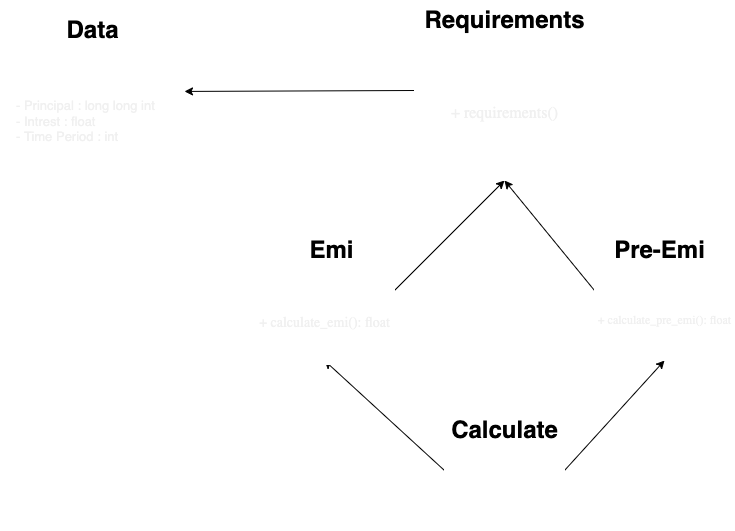
Earlier version of the draw.io export class_draw.png (Yashraghuvans/Home-Finder). Source tidied: cells renumbered, new cells last; positions are measured from the earlier drawing's top-left corner, leaving out a move shared by most shapes.
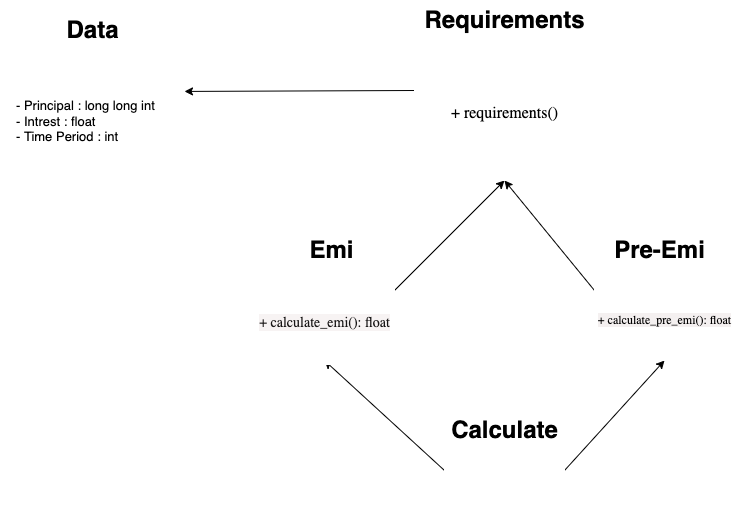
After the change.

The edit, as a diff of the source:
```diff
@@ -50,19 +50,19 @@
     <mxCell id="17" style="shape=ext;double=1;rounded=0;whiteSpace=wrap;html=1;strokeColor=#FFFFFF;fontSize=13;fontColor=#F0F0F0;" parent="1" vertex="1">
       <mxGeometry x="414" y="60" width="180" height="120" as="geometry" />
     </mxCell>
-    <mxCell id="18" value="&lt;span style=&quot;caret-color: rgb(0, 0, 0); font-family: -webkit-standard; font-size: medium; font-style: normal; font-variant-caps: normal; letter-spacing: normal; text-align: start; text-indent: 0px; text-transform: none; word-spacing: 0px; -webkit-text-stroke-width: 0px; text-decoration: none; float: none; display: inline !important;&quot;&gt;+ requirements()&lt;/span&gt;" style="text;strokeColor=none;fillColor=none;html=1;fontSize=24;fontStyle=0;verticalAlign=middle;align=center;fontColor=#F0F0F0;" parent="1" vertex="1">
+    <mxCell id="18" value="&lt;span style=&quot;caret-color: rgb(0, 0, 0); font-family: -webkit-standard; font-size: medium; font-style: normal; font-variant-caps: normal; letter-spacing: normal; text-align: start; text-indent: 0px; text-transform: none; word-spacing: 0px; -webkit-text-stroke-width: 0px; text-decoration: none; float: none; display: inline !important; background-color: rgb(255, 255, 255);&quot;&gt;&lt;font color=&quot;#000000&quot;&gt;+ requirements()&lt;/font&gt;&lt;/span&gt;" style="text;strokeColor=none;fillColor=none;html=1;fontSize=24;fontStyle=0;verticalAlign=middle;align=center;fontColor=#F0F0F0;" parent="1" vertex="1">
       <mxGeometry x="454" y="90" width="100" height="40" as="geometry" />
     </mxCell>
     <mxCell id="19" style="shape=ext;double=1;rounded=0;whiteSpace=wrap;html=1;strokeColor=#FFFFFF;fontSize=16;fontColor=#F0F0F0;" parent="1" vertex="1">
       <mxGeometry x="254" y="280" width="140" height="84" as="geometry" />
     </mxCell>
-    <mxCell id="20" value="&lt;span style=&quot;caret-color: rgb(0, 0, 0); font-family: -webkit-standard; font-size: 14px; font-style: normal; font-variant-caps: normal; letter-spacing: normal; text-align: start; text-indent: 0px; text-transform: none; word-spacing: 0px; -webkit-text-stroke-width: 0px; text-decoration: none; float: none; display: inline !important;&quot;&gt;+ calculate_emi(): float&lt;/span&gt;" style="text;strokeColor=none;fillColor=none;html=1;fontSize=14;fontStyle=0;verticalAlign=middle;align=center;fontColor=#F0F0F0;" parent="1" vertex="1">
+    <mxCell id="20" value="&lt;span style=&quot;caret-color: rgb(0, 0, 0); font-family: -webkit-standard; font-size: 14px; font-style: normal; font-variant-caps: normal; letter-spacing: normal; text-align: start; text-indent: 0px; text-transform: none; word-spacing: 0px; -webkit-text-stroke-width: 0px; text-decoration: none; float: none; display: inline !important; background-color: rgb(247, 243, 243);&quot;&gt;&lt;font color=&quot;#181616&quot;&gt;+ calculate_emi(): float&lt;/font&gt;&lt;/span&gt;" style="text;strokeColor=none;fillColor=none;html=1;fontSize=14;fontStyle=0;verticalAlign=middle;align=center;fontColor=#F0F0F0;" parent="1" vertex="1">
       <mxGeometry x="274" y="302" width="100" height="40" as="geometry" />
     </mxCell>
     <mxCell id="21" style="shape=ext;double=1;rounded=0;whiteSpace=wrap;html=1;strokeColor=#FFFFFF;fontSize=14;fontColor=#F0F0F0;" parent="1" vertex="1">
       <mxGeometry x="594" y="280" width="140" height="80" as="geometry" />
     </mxCell>
-    <mxCell id="22" value="&lt;span style=&quot;caret-color: rgb(0, 0, 0); font-family: -webkit-standard; font-size: 12px; font-style: normal; font-variant-caps: normal; letter-spacing: normal; text-align: start; text-indent: 0px; text-transform: none; word-spacing: 0px; -webkit-text-stroke-width: 0px; text-decoration: none; float: none; display: inline !important;&quot;&gt;+ calculate_pre_emi(): float&lt;/span&gt;" style="text;strokeColor=none;fillColor=none;html=1;fontSize=12;fontStyle=0;verticalAlign=middle;align=center;fontColor=#F0F0F0;" parent="1" vertex="1">
+    <mxCell id="22" value="&lt;span style=&quot;caret-color: rgb(0, 0, 0); font-family: -webkit-standard; font-size: 12px; font-style: normal; font-variant-caps: normal; letter-spacing: normal; text-align: start; text-indent: 0px; text-transform: none; word-spacing: 0px; -webkit-text-stroke-width: 0px; text-decoration: none; float: none; display: inline !important; background-color: rgb(244, 240, 240);&quot;&gt;&lt;font color=&quot;#000000&quot;&gt;+ calculate_pre_emi(): float&lt;/font&gt;&lt;/span&gt;" style="text;strokeColor=none;fillColor=none;html=1;fontSize=12;fontStyle=0;verticalAlign=middle;align=center;fontColor=#F0F0F0;" parent="1" vertex="1">
       <mxGeometry x="614" y="300" width="100" height="40" as="geometry" />
     </mxCell>
     <mxCell id="23" style="shape=ext;double=1;rounded=0;whiteSpace=wrap;html=1;strokeColor=#FFFFFF;fontSize=12;fontColor=#F0F0F0;" parent="1" vertex="1">
@@ -71,7 +71,7 @@
     <mxCell id="24" style="shape=ext;double=1;rounded=0;whiteSpace=wrap;html=1;strokeColor=#FFFFFF;fontSize=12;fontColor=#F0F0F0;" parent="1" vertex="1">
       <mxGeometry x="0.2" y="50" width="183.8" height="137.5" as="geometry" />
     </mxCell>
-    <mxCell id="25" value="&lt;meta charset=&quot;utf-8&quot;&gt;&lt;span style=&quot;border-color: rgb(0, 0, 0); color: rgb(240, 240, 240); font-family: Helvetica; font-style: normal; font-variant-ligatures: normal; font-variant-caps: normal; font-weight: 400; letter-spacing: normal; orphans: 2; text-align: left; text-indent: 0px; text-transform: none; widows: 2; word-spacing: 0px; -webkit-text-stroke-width: 0px; background-color: initial; text-decoration-thickness: initial; text-decoration-style: initial; text-decoration-color: initial; font-size: 13px;&quot;&gt;&lt;span style=&quot;border-color: rgb(0, 0, 0);&quot;&gt;&#9;&lt;/span&gt;- Principal&amp;nbsp;: long long int&lt;br style=&quot;border-color: rgb(0, 0, 0);&quot;&gt;&lt;span style=&quot;border-color: rgb(0, 0, 0);&quot;&gt;&#9;&lt;/span&gt;- Intrest : float&lt;/span&gt;&lt;br style=&quot;border-color: rgb(0, 0, 0); color: rgb(240, 240, 240); font-family: Helvetica; font-size: 12px; font-style: normal; font-variant-ligatures: normal; font-variant-caps: normal; font-weight: 400; letter-spacing: normal; orphans: 2; text-align: left; text-indent: 0px; text-transform: none; widows: 2; word-spacing: 0px; -webkit-text-stroke-width: 0px; background-color: rgb(42, 37, 47); text-decoration-thickness: initial; text-decoration-style: initial; text-decoration-color: initial;&quot;&gt;&lt;span style=&quot;border-color: rgb(0, 0, 0); color: rgb(240, 240, 240); font-family: Helvetica; font-style: normal; font-variant-ligatures: normal; font-variant-caps: normal; font-weight: 400; letter-spacing: normal; orphans: 2; text-align: left; text-indent: 0px; text-transform: none; widows: 2; word-spacing: 0px; -webkit-text-stroke-width: 0px; background-color: initial; text-decoration-thickness: initial; text-decoration-style: initial; text-decoration-color: initial; font-size: 13px;&quot;&gt;&lt;span style=&quot;border-color: rgb(0, 0, 0);&quot;&gt;&#9;&lt;/span&gt;-&amp;nbsp;Time Period : int&lt;/span&gt;" style="text;strokeColor=none;fillColor=none;html=1;whiteSpace=wrap;verticalAlign=middle;overflow=hidden;fontSize=12;fontColor=#F0F0F0;" parent="1" vertex="1">
+    <mxCell id="25" value="&lt;font style=&quot;background-color: rgb(255, 255, 255);&quot; color=&quot;#000000&quot;&gt;&lt;span style=&quot;border-color: rgb(0, 0, 0); font-family: Helvetica; font-style: normal; font-variant-ligatures: normal; font-variant-caps: normal; font-weight: 400; letter-spacing: normal; orphans: 2; text-align: left; text-indent: 0px; text-transform: none; widows: 2; word-spacing: 0px; -webkit-text-stroke-width: 0px; text-decoration-thickness: initial; text-decoration-style: initial; text-decoration-color: initial; font-size: 13px;&quot;&gt;&lt;span style=&quot;border-color: rgb(0, 0, 0);&quot;&gt;&#9;&lt;/span&gt;- Principal&amp;nbsp;: long long int&lt;br style=&quot;border-color: rgb(0, 0, 0);&quot;&gt;&lt;span style=&quot;border-color: rgb(0, 0, 0);&quot;&gt;&#9;&lt;/span&gt;- Intrest : float&lt;/span&gt;&lt;br style=&quot;border-color: rgb(0, 0, 0); font-family: Helvetica; font-size: 12px; font-style: normal; font-variant-ligatures: normal; font-variant-caps: normal; font-weight: 400; letter-spacing: normal; orphans: 2; text-align: left; text-indent: 0px; text-transform: none; widows: 2; word-spacing: 0px; -webkit-text-stroke-width: 0px; text-decoration-thickness: initial; text-decoration-style: initial; text-decoration-color: initial;&quot;&gt;&lt;span style=&quot;border-color: rgb(0, 0, 0); font-family: Helvetica; font-style: normal; font-variant-ligatures: normal; font-variant-caps: normal; font-weight: 400; letter-spacing: normal; orphans: 2; text-align: left; text-indent: 0px; text-transform: none; widows: 2; word-spacing: 0px; -webkit-text-stroke-width: 0px; text-decoration-thickness: initial; text-decoration-style: initial; text-decoration-color: initial; font-size: 13px;&quot;&gt;&lt;span style=&quot;border-color: rgb(0, 0, 0);&quot;&gt;&#9;&lt;/span&gt;-&amp;nbsp;Time Period : int&lt;/span&gt;&lt;/font&gt;" style="text;strokeColor=none;fillColor=none;html=1;whiteSpace=wrap;verticalAlign=middle;overflow=hidden;fontSize=12;fontColor=#F0F0F0;" parent="1" vertex="1">
       <mxGeometry x="14" y="61.2" width="170" height="118.8" as="geometry" />
     </mxCell>
   </root>
```
